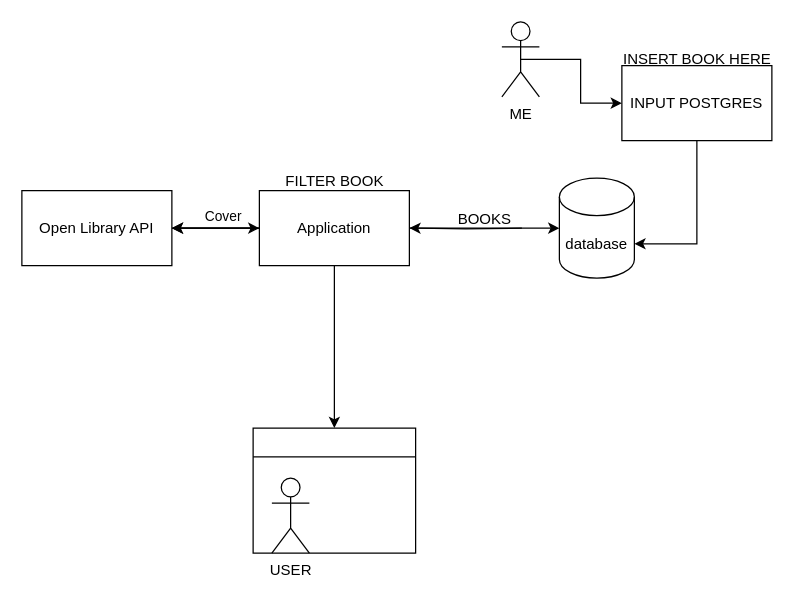
danielfalcaovt/AngelaYuCourse keeps this draw.io diagram as Diagrama sem nome.drawio. Above is the earlier version. Source tidied: cells renumbered, new cells numbered last; positions are measured from the earlier drawing's top-left corner, leaving out a move shared by most shapes. Both pictures are drawn from the tidied source at 125%, with x=0, y=0 at pixel (21, 21).
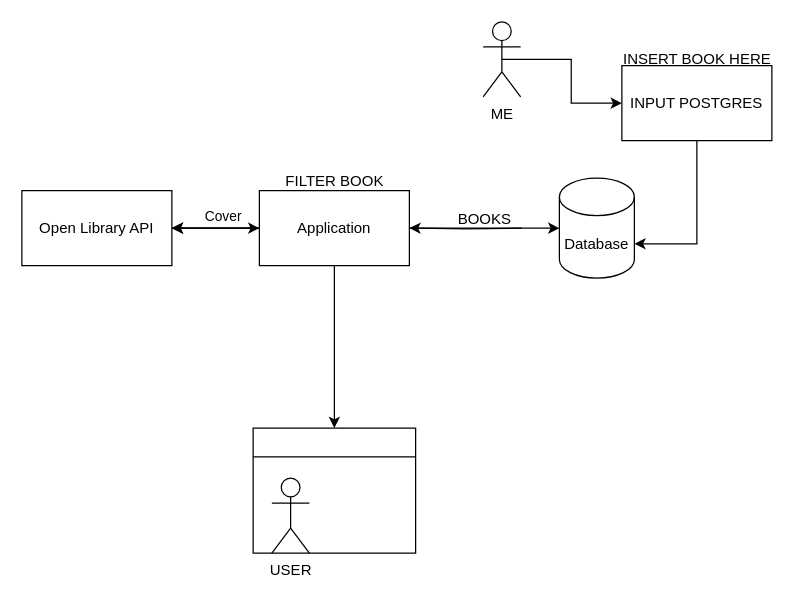
The same page after the edit.

What changed in the source:
```diff
@@
-    <mxCell id="13" value="database" style="shape=cylinder3;whiteSpace=wrap;html=1;boundedLbl=1;backgroundOutline=1;size=15;" parent="1" vertex="1">
+    <mxCell id="13" value="Database" style="shape=cylinder3;whiteSpace=wrap;html=1;boundedLbl=1;backgroundOutline=1;size=15;" parent="1" vertex="1">
       <mxGeometry x="430" y="125" width="60" height="80" as="geometry" />
     </mxCell>
@@
     <mxCell id="20" value="ME&lt;br&gt;" style="shape=umlActor;verticalLabelPosition=bottom;verticalAlign=top;html=1;outlineConnect=0;" parent="1" vertex="1">
-      <mxGeometry x="384" width="30" height="60" as="geometry" />
+      <mxGeometry x="369" width="30" height="60" as="geometry" />
     </mxCell>
```
